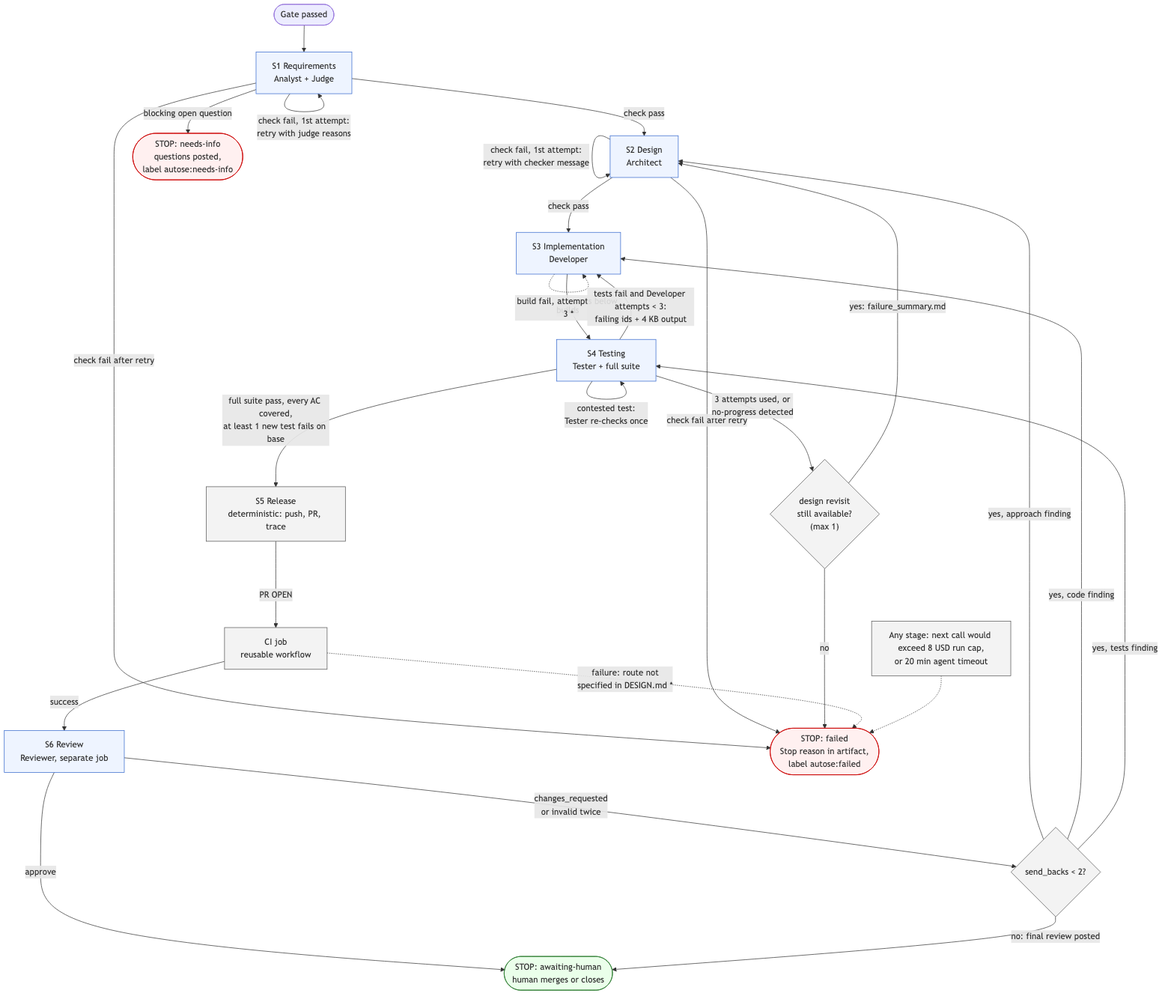
Earlier version of the Mermaid export architecture/views/state-machine.png (vishesh312/autose-assignment3). Its source is kept beside it as architecture/views/state-machine.mmd.
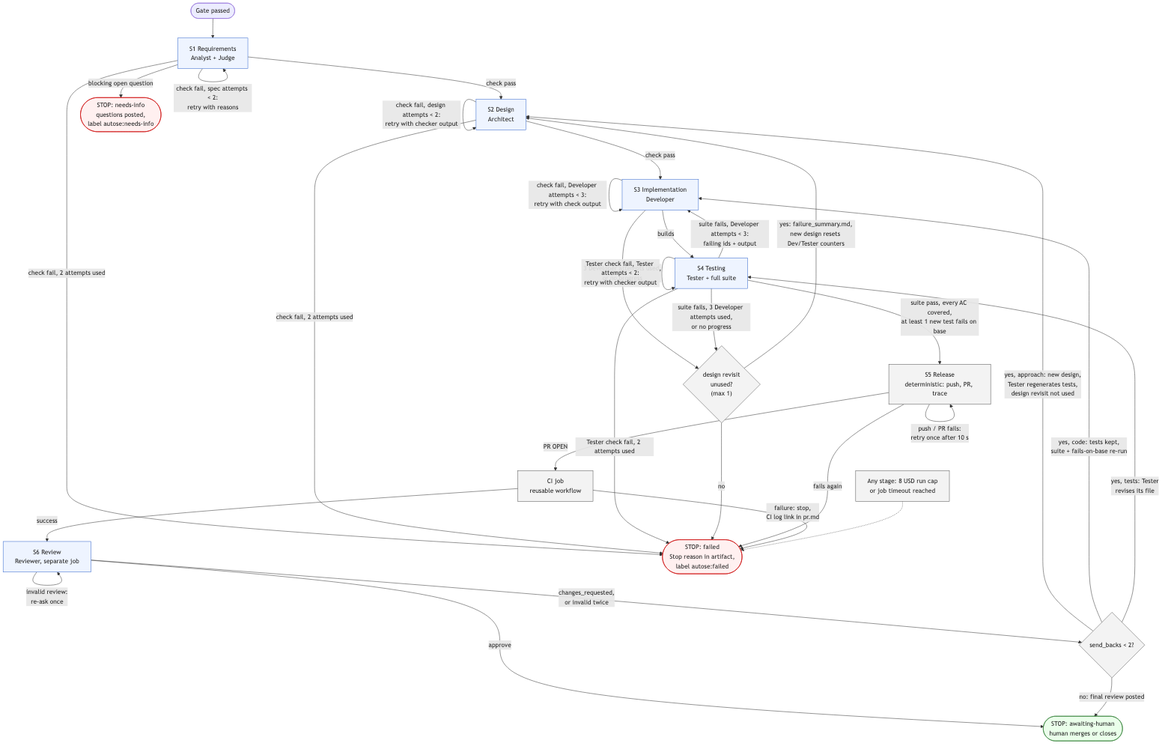
The same diagram one commit later.

Change to the diagram source:
```diff
@@ -5,7 +5,7 @@
   S2["S2 Design<br/>Architect"]
   S3["S3 Implementation<br/>Developer"]
   S4["S4 Testing<br/>Tester + full suite"]
-  ESC{"design revisit<br/>still available?<br/>(max 1)"}
+  ESC{"design revisit<br/>unused?<br/>(max 1)"}
   S5["S5 Release<br/>deterministic: push, PR, trace"]
   CI["CI job<br/>reusable workflow"]
   S6["S6 Review<br/>Reviewer, separate job"]
@@ -17,35 +17,40 @@
 
   S1 -->|check pass| S2
   S1 -->|blocking open question| NI
-  S1 -->|check fail, 1st attempt:<br/>retry with judge reasons| S1
-  S1 -->|check fail after retry| FAIL
+  S1 -->|check fail, spec attempts &lt; 2:<br/>retry with reasons| S1
+  S1 -->|check fail, 2 attempts used| FAIL
 
   S2 -->|check pass| S3
-  S2 -->|check fail, 1st attempt:<br/>retry with checker message| S2
-  S2 -->|check fail after retry| FAIL
+  S2 -->|check fail, design attempts &lt; 2:<br/>retry with checker output| S2
+  S2 -->|check fail, 2 attempts used| FAIL
 
   S3 -->|builds| S4
-  S3 -.->|build fail, attempts below 3 *| S3
+  S3 -->|check fail, Developer attempts &lt; 3:<br/>retry with check output| S3
+  S3 -->|3 Developer attempts used,<br/>or no progress| ESC
 
-  S4 -->|full suite pass, every AC covered,<br/>at least 1 new test fails on base| S5
-  S4 -->|tests fail and Developer attempts &lt; 3:<br/>failing ids + 4 KB output| S3
-  S4 -->|contested test:<br/>Tester re-checks once| S4
-  S4 -->|3 attempts used, or<br/>no-progress detected| ESC
-  ESC -->|yes: failure_summary.md| S2
+  S4 -->|suite pass, every AC covered,<br/>at least 1 new test fails on base| S5
+  S4 -->|Tester check fail, Tester attempts &lt; 2:<br/>retry with checker output| S4
+  S4 -->|Tester check fail, 2 attempts used| FAIL
+  S4 -->|suite fails, Developer attempts &lt; 3:<br/>failing ids + output| S3
+  S4 -->|suite fails, 3 Developer attempts used,<br/>or no progress| ESC
+  ESC -->|yes: failure_summary.md,<br/>new design resets Dev/Tester counters| S2
   ESC -->|no| FAIL
 
+  S5 -->|push / PR fails:<br/>retry once after 10 s| S5
+  S5 -->|fails again| FAIL
   S5 -->|PR OPEN| CI
   CI -->|success| S6
-  CI -.->|failure: route not<br/>specified in DESIGN.md *| FAIL
+  CI -->|failure: stop,<br/>CI log link in pr.md| FAIL
 
+  S6 -->|invalid review:<br/>re-ask once| S6
   S6 -->|approve| HUMAN
-  S6 -->|changes_requested<br/>or invalid twice| ROUTE
-  ROUTE -->|yes, approach finding| S2
-  ROUTE -->|yes, code finding| S3
-  ROUTE -->|yes, tests finding| S4
+  S6 -->|changes_requested,<br/>or invalid twice| ROUTE
+  ROUTE -->|yes, approach: new design,<br/>Tester regenerates tests,<br/>design revisit not used| S2
+  ROUTE -->|yes, code: tests kept,<br/>suite + fails-on-base re-run| S3
+  ROUTE -->|yes, tests: Tester<br/>revises its file| S4
   ROUTE -->|no: final review posted| HUMAN
 
-  BUDGET["Any stage: next call would exceed 8 USD run cap,<br/>or 20 min agent timeout"] -.-> FAIL
+  BUDGET["Any stage: 8 USD run cap<br/>or job timeout reached"] -.-> FAIL
 
   classDef stop fill:#fff0f0,stroke:#c00
   classDef human fill:#eaffea,stroke:#2e7d32
```
